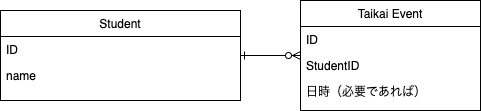
yuikoito/PrAhaChallenge keeps this draw.io diagram as db/anti-patern-7/Diagram.drawio.png. Above is the earlier version. Source tidied: cells renumbered, new cells last; positions are measured from the earlier drawing's top-left corner, leaving out a move shared by most shapes. Its diagram source:
```xml
<mxGraphModel>
  <root>
    <mxCell id="0" />
    <mxCell id="1" parent="0" />
    <mxCell id="2" style="edgeStyle=orthogonalEdgeStyle;rounded=0;jettySize=auto;html=1;startArrow=ERzeroToMany;startFill=0;endArrow=ERone;endFill=0;" parent="1" edge="1" source="3" target="7">
      <mxGeometry relative="1" as="geometry" />
    </mxCell>
    <mxCell id="3" value="Taikai Event" style="swimlane;fontStyle=0;align=center;verticalAlign=top;horizontal=1;startSize=26;rounded=0;shadow=0;strokeWidth=1;" parent="1" vertex="1">
      <mxGeometry x="300" width="180" height="110" as="geometry" />
    </mxCell>
    <mxCell id="4" value="ID" style="text;align=left;verticalAlign=top;spacingLeft=4;spacingRight=4;overflow=hidden;" parent="3" vertex="1">
      <mxGeometry y="26" width="180" height="26" as="geometry" />
    </mxCell>
    <mxCell id="5" value="StudentID" style="text;align=left;verticalAlign=top;spacingLeft=4;spacingRight=4;overflow=hidden;rounded=0;shadow=0;html=0;" parent="3" vertex="1">
      <mxGeometry y="52" width="180" height="26" as="geometry" />
    </mxCell>
    <mxCell id="6" value="日時（必要であれば）" style="text;align=left;verticalAlign=top;spacingLeft=4;spacingRight=4;overflow=hidden;rounded=0;shadow=0;html=0;" parent="3" vertex="1">
      <mxGeometry y="78" width="180" height="26" as="geometry" />
    </mxCell>
    <mxCell id="7" value="Student" style="swimlane;fontStyle=0;align=center;verticalAlign=top;horizontal=1;startSize=26;rounded=0;shadow=0;strokeWidth=1;" parent="1" vertex="1">
      <mxGeometry y="10" width="240" height="90" as="geometry" />
    </mxCell>
    <mxCell id="8" value="ID" style="text;align=left;verticalAlign=top;spacingLeft=4;spacingRight=4;overflow=hidden;" parent="7" vertex="1">
      <mxGeometry y="26" width="240" height="26" as="geometry" />
    </mxCell>
    <mxCell id="9" value="name" style="text;align=left;verticalAlign=top;spacingLeft=4;spacingRight=4;overflow=hidden;rounded=0;shadow=0;html=0;" parent="7" vertex="1">
      <mxGeometry y="52" width="240" height="26" as="geometry" />
    </mxCell>
  </root>
</mxGraphModel>
```
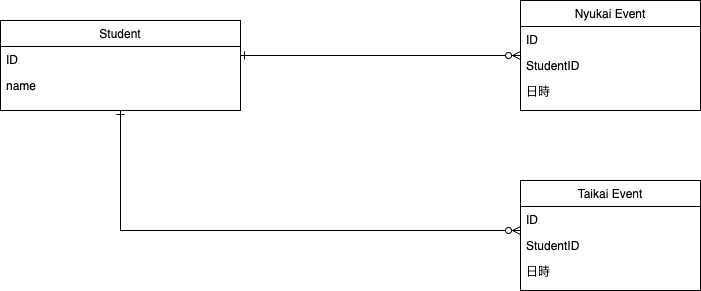
After the commit.

The edit, as a diff of the source:
```diff
@@ -3,9 +3,14 @@
     <mxCell id="0" />
     <mxCell id="1" parent="0" />
     <mxCell id="2" style="edgeStyle=orthogonalEdgeStyle;rounded=0;jettySize=auto;html=1;startArrow=ERzeroToMany;startFill=0;endArrow=ERone;endFill=0;" parent="1" edge="1" source="3" target="7">
-      <mxGeometry relative="1" as="geometry" />
+      <mxGeometry relative="1" as="geometry">
+        <Array as="points">
+          <mxPoint x="60" y="55" />
+          <mxPoint x="60" y="55" />
+        </Array>
+      </mxGeometry>
     </mxCell>
-    <mxCell id="3" value="Taikai Event" style="swimlane;fontStyle=0;align=center;verticalAlign=top;horizontal=1;startSize=26;rounded=0;shadow=0;strokeWidth=1;" parent="1" vertex="1">
+    <mxCell id="3" value="Nyukai Event" style="swimlane;fontStyle=0;align=center;verticalAlign=top;horizontal=1;startSize=26;rounded=0;shadow=0;strokeWidth=1;" parent="1" vertex="1">
       <mxGeometry x="300" width="180" height="110" as="geometry" />
     </mxCell>
     <mxCell id="4" value="ID" style="text;align=left;verticalAlign=top;spacingLeft=4;spacingRight=4;overflow=hidden;" parent="3" vertex="1">
@@ -14,11 +19,18 @@
     <mxCell id="5" value="StudentID" style="text;align=left;verticalAlign=top;spacingLeft=4;spacingRight=4;overflow=hidden;rounded=0;shadow=0;html=0;" parent="3" vertex="1">
       <mxGeometry y="52" width="180" height="26" as="geometry" />
     </mxCell>
-    <mxCell id="6" value="日時（必要であれば）" style="text;align=left;verticalAlign=top;spacingLeft=4;spacingRight=4;overflow=hidden;rounded=0;shadow=0;html=0;" parent="3" vertex="1">
+    <mxCell id="6" value="日時" style="text;align=left;verticalAlign=top;spacingLeft=4;spacingRight=4;overflow=hidden;rounded=0;shadow=0;html=0;" parent="3" vertex="1">
       <mxGeometry y="78" width="180" height="26" as="geometry" />
     </mxCell>
+    <mxCell id="10" style="edgeStyle=orthogonalEdgeStyle;rounded=0;jettySize=auto;html=1;endArrow=ERzeroToMany;endFill=0;startArrow=ERone;startFill=0;" parent="1" edge="1" source="7" target="11">
+      <mxGeometry relative="1" as="geometry">
+        <Array as="points">
+          <mxPoint x="-100" y="230" />
+        </Array>
+      </mxGeometry>
+    </mxCell>
     <mxCell id="7" value="Student" style="swimlane;fontStyle=0;align=center;verticalAlign=top;horizontal=1;startSize=26;rounded=0;shadow=0;strokeWidth=1;" parent="1" vertex="1">
-      <mxGeometry y="10" width="240" height="90" as="geometry" />
+      <mxGeometry x="-220" y="20" width="240" height="90" as="geometry" />
     </mxCell>
     <mxCell id="8" value="ID" style="text;align=left;verticalAlign=top;spacingLeft=4;spacingRight=4;overflow=hidden;" parent="7" vertex="1">
       <mxGeometry y="26" width="240" height="26" as="geometry" />
@@ -26,5 +38,17 @@
     <mxCell id="9" value="name" style="text;align=left;verticalAlign=top;spacingLeft=4;spacingRight=4;overflow=hidden;rounded=0;shadow=0;html=0;" parent="7" vertex="1">
       <mxGeometry y="52" width="240" height="26" as="geometry" />
     </mxCell>
+    <mxCell id="11" value="Taikai Event" style="swimlane;fontStyle=0;align=center;verticalAlign=top;horizontal=1;startSize=26;rounded=0;shadow=0;strokeWidth=1;" parent="1" vertex="1">
+      <mxGeometry x="300" y="180" width="180" height="110" as="geometry" />
+    </mxCell>
+    <mxCell id="12" value="ID" style="text;align=left;verticalAlign=top;spacingLeft=4;spacingRight=4;overflow=hidden;" parent="11" vertex="1">
+      <mxGeometry y="26" width="180" height="26" as="geometry" />
+    </mxCell>
+    <mxCell id="13" value="StudentID" style="text;align=left;verticalAlign=top;spacingLeft=4;spacingRight=4;overflow=hidden;rounded=0;shadow=0;html=0;" parent="11" vertex="1">
+      <mxGeometry y="52" width="180" height="26" as="geometry" />
+    </mxCell>
+    <mxCell id="14" value="日時" style="text;align=left;verticalAlign=top;spacingLeft=4;spacingRight=4;overflow=hidden;rounded=0;shadow=0;html=0;" parent="11" vertex="1">
+      <mxGeometry y="78" width="180" height="26" as="geometry" />
+    </mxCell>
   </root>
 </mxGraphModel>
```
